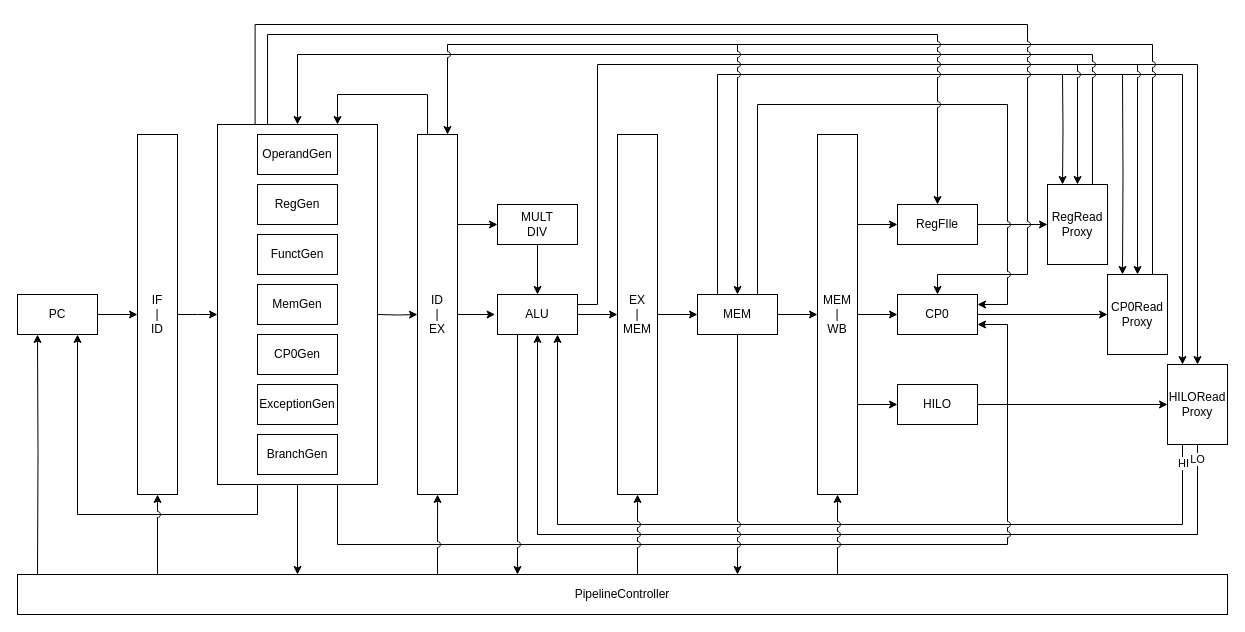
The draw.io diagram CS/ExternMIPS/特权指令/ERET.drawio in umiskky/Diagrams, before the edit. Source tidied: cells renumbered, new cells numbered last; positions are measured from the earlier drawing's top-left corner, leaving out a move shared by most shapes. Both pictures are drawn from the tidied source at 100%, with x=0, y=0 at pixel (17, 24).
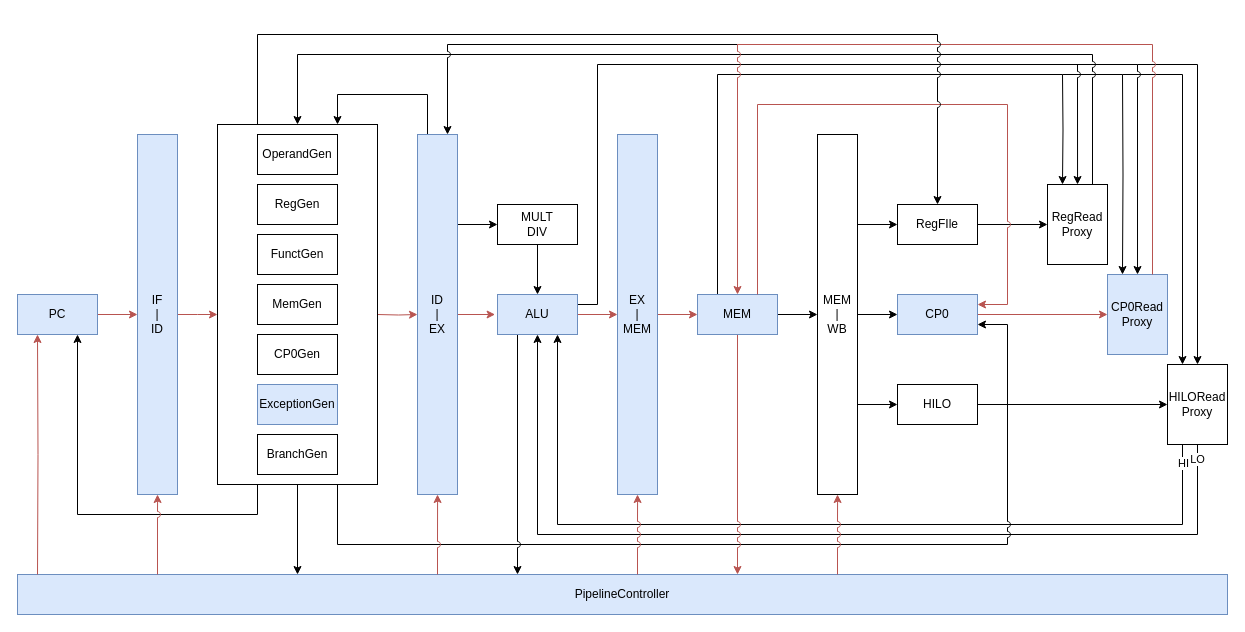
After the change.

Unchanged cells that the change refers to:
```xml
<mxCell id="33" value="MEM&lt;br&gt;|&lt;br&gt;WB" style="rounded=0;whiteSpace=wrap;html=1;" parent="1" vertex="1">
  <mxGeometry x="800" y="110" width="40" height="360" as="geometry" />
</mxCell>
<mxCell id="45" value="RegFIle" style="rounded=0;whiteSpace=wrap;html=1;" parent="1" vertex="1">
  <mxGeometry x="880" y="180" width="80" height="40" as="geometry" />
</mxCell>
```

Change to the diagram source:
```diff
@@
-    <mxCell id="14" value="PipelineController" style="rounded=0;whiteSpace=wrap;html=1;direction=south;" parent="1" vertex="1">
+    <mxCell id="14" value="PipelineController" style="rounded=0;whiteSpace=wrap;html=1;direction=south;fillColor=#dae8fc;strokeColor=#6c8ebf;" parent="1" vertex="1">
       <mxGeometry y="550" width="1210" height="40" as="geometry" />
     </mxCell>
-    <mxCell id="15" style="edgeStyle=orthogonalEdgeStyle;rounded=0;jettySize=auto;html=1;exitX=1;exitY=0.5;exitDx=0;exitDy=0;" parent="1" edge="1" source="17" target="20">
+    <mxCell id="15" style="edgeStyle=orthogonalEdgeStyle;rounded=0;jettySize=auto;html=1;exitX=1;exitY=0.5;exitDx=0;exitDy=0;fillColor=#f8cecc;strokeColor=#b85450;" parent="1" edge="1" source="17" target="20">
       <mxGeometry relative="1" as="geometry" />
     </mxCell>
-    <mxCell id="16" style="edgeStyle=orthogonalEdgeStyle;rounded=0;jettySize=auto;html=1;entryX=0.25;entryY=1;entryDx=0;entryDy=0;" parent="1" edge="1" target="17">
+    <mxCell id="16" style="edgeStyle=orthogonalEdgeStyle;rounded=0;jettySize=auto;html=1;entryX=0.25;entryY=1;entryDx=0;entryDy=0;fillColor=#f8cecc;strokeColor=#b85450;" parent="1" edge="1" target="17">
       <mxGeometry relative="1" as="geometry">
         <mxPoint x="20" y="550" as="sourcePoint" />
       </mxGeometry>
     </mxCell>
-    <mxCell id="17" value="PC" style="rounded=0;whiteSpace=wrap;html=1;" parent="1" vertex="1">
+    <mxCell id="17" value="PC" style="rounded=0;whiteSpace=wrap;html=1;fillColor=#dae8fc;strokeColor=#6c8ebf;" parent="1" vertex="1">
       <mxGeometry y="270" width="80" height="40" as="geometry" />
     </mxCell>
-    <mxCell id="18" style="edgeStyle=orthogonalEdgeStyle;rounded=0;jettySize=auto;html=1;exitX=1;exitY=0.5;exitDx=0;exitDy=0;entryX=0;entryY=0.5;entryDx=0;entryDy=0;" parent="1" edge="1" source="20">
+    <mxCell id="18" style="edgeStyle=orthogonalEdgeStyle;rounded=0;jettySize=auto;html=1;exitX=1;exitY=0.5;exitDx=0;exitDy=0;entryX=0;entryY=0.5;entryDx=0;entryDy=0;fillColor=#f8cecc;strokeColor=#b85450;" parent="1" edge="1" source="20">
       <mxGeometry relative="1" as="geometry">
         <mxPoint x="200" y="290" as="targetPoint" />
       </mxGeometry>
     </mxCell>
-    <mxCell id="19" style="edgeStyle=orthogonalEdgeStyle;rounded=0;jettySize=auto;html=1;entryX=0.5;entryY=1;entryDx=0;entryDy=0;jumpStyle=arc;" parent="1" edge="1" target="20">
+    <mxCell id="19" style="edgeStyle=orthogonalEdgeStyle;rounded=0;jettySize=auto;html=1;entryX=0.5;entryY=1;entryDx=0;entryDy=0;jumpStyle=arc;fillColor=#f8cecc;strokeColor=#b85450;" parent="1" edge="1" target="20">
       <mxGeometry relative="1" as="geometry">
         <mxPoint x="140" y="550" as="sourcePoint" />
       </mxGeometry>
     </mxCell>
-    <mxCell id="20" value="IF&lt;br&gt;|&lt;br&gt;ID" style="rounded=0;whiteSpace=wrap;html=1;" parent="1" vertex="1">
+    <mxCell id="20" value="IF&lt;br&gt;|&lt;br&gt;ID" style="rounded=0;whiteSpace=wrap;html=1;fillColor=#dae8fc;strokeColor=#6c8ebf;" parent="1" vertex="1">
       <mxGeometry x="120" y="110" width="40" height="360" as="geometry" />
     </mxCell>
@@
-    <mxCell id="22" style="edgeStyle=orthogonalEdgeStyle;rounded=0;jettySize=auto;html=1;exitX=1;exitY=0.5;exitDx=0;exitDy=0;entryX=-0.03;entryY=0.482;entryDx=0;entryDy=0;entryPerimeter=0;" parent="1" edge="1" source="25" target="40">
+    <mxCell id="22" style="edgeStyle=orthogonalEdgeStyle;rounded=0;jettySize=auto;html=1;exitX=1;exitY=0.5;exitDx=0;exitDy=0;entryX=-0.03;entryY=0.482;entryDx=0;entryDy=0;entryPerimeter=0;fillColor=#f8cecc;strokeColor=#b85450;" parent="1" edge="1" source="25" target="40">
       <mxGeometry relative="1" as="geometry" />
     </mxCell>
-    <mxCell id="23" style="edgeStyle=orthogonalEdgeStyle;rounded=0;jettySize=auto;html=1;entryX=0.5;entryY=1;entryDx=0;entryDy=0;jumpStyle=arc;" parent="1" edge="1" target="25">
+    <mxCell id="23" style="edgeStyle=orthogonalEdgeStyle;rounded=0;jettySize=auto;html=1;entryX=0.5;entryY=1;entryDx=0;entryDy=0;jumpStyle=arc;fillColor=#f8cecc;strokeColor=#b85450;" parent="1" edge="1" target="25">
       <mxGeometry relative="1" as="geometry">
         <mxPoint x="420" y="550" as="sourcePoint" />
       </mxGeometry>
     </mxCell>
@@
-    <mxCell id="25" value="ID&lt;br&gt;|&lt;br&gt;EX" style="rounded=0;whiteSpace=wrap;html=1;" parent="1" vertex="1">
+    <mxCell id="25" value="ID&lt;br&gt;|&lt;br&gt;EX" style="rounded=0;whiteSpace=wrap;html=1;fillColor=#dae8fc;strokeColor=#6c8ebf;" parent="1" vertex="1">
       <mxGeometry x="400" y="110" width="40" height="360" as="geometry" />
     </mxCell>
-    <mxCell id="26" style="edgeStyle=orthogonalEdgeStyle;rounded=0;jettySize=auto;html=1;exitX=1;exitY=0.5;exitDx=0;exitDy=0;entryX=0;entryY=0.5;entryDx=0;entryDy=0;" parent="1" edge="1" source="28" target="43">
+    <mxCell id="26" style="edgeStyle=orthogonalEdgeStyle;rounded=0;jettySize=auto;html=1;exitX=1;exitY=0.5;exitDx=0;exitDy=0;entryX=0;entryY=0.5;entryDx=0;entryDy=0;fillColor=#f8cecc;strokeColor=#b85450;" parent="1" edge="1" source="28" target="43">
       <mxGeometry relative="1" as="geometry" />
     </mxCell>
-    <mxCell id="27" style="edgeStyle=orthogonalEdgeStyle;rounded=0;jettySize=auto;html=1;entryX=0.5;entryY=1;entryDx=0;entryDy=0;jumpStyle=arc;" parent="1" edge="1" target="28">
+    <mxCell id="27" style="edgeStyle=orthogonalEdgeStyle;rounded=0;jettySize=auto;html=1;entryX=0.5;entryY=1;entryDx=0;entryDy=0;jumpStyle=arc;fillColor=#f8cecc;strokeColor=#b85450;" parent="1" edge="1" target="28">
       <mxGeometry relative="1" as="geometry">
         <mxPoint x="620" y="550" as="sourcePoint" />
       </mxGeometry>
     </mxCell>
-    <mxCell id="28" value="EX&lt;br&gt;|&lt;br&gt;MEM" style="rounded=0;whiteSpace=wrap;html=1;" parent="1" vertex="1">
+    <mxCell id="28" value="EX&lt;br&gt;|&lt;br&gt;MEM" style="rounded=0;whiteSpace=wrap;html=1;fillColor=#dae8fc;strokeColor=#6c8ebf;" parent="1" vertex="1">
       <mxGeometry x="600" y="110" width="40" height="360" as="geometry" />
     </mxCell>
@@
-    <mxCell id="32" style="edgeStyle=orthogonalEdgeStyle;rounded=0;jettySize=auto;html=1;entryX=0.5;entryY=1;entryDx=0;entryDy=0;jumpStyle=arc;" parent="1" edge="1" target="33">
+    <mxCell id="32" style="edgeStyle=orthogonalEdgeStyle;rounded=0;jettySize=auto;html=1;entryX=0.5;entryY=1;entryDx=0;entryDy=0;jumpStyle=arc;fillColor=#f8cecc;strokeColor=#b85450;" parent="1" edge="1" target="33">
       <mxGeometry relative="1" as="geometry">
         <mxPoint x="820" y="550" as="sourcePoint" />
       </mxGeometry>
     </mxCell>
@@
-    <mxCell id="34" style="edgeStyle=orthogonalEdgeStyle;rounded=0;jettySize=auto;html=1;exitX=1;exitY=0.5;exitDx=0;exitDy=0;entryX=0;entryY=0.5;entryDx=0;entryDy=0;" parent="1" edge="1" target="25">
+    <mxCell id="34" style="edgeStyle=orthogonalEdgeStyle;rounded=0;jettySize=auto;html=1;exitX=1;exitY=0.5;exitDx=0;exitDy=0;entryX=0;entryY=0.5;entryDx=0;entryDy=0;fillColor=#f8cecc;strokeColor=#b85450;" parent="1" edge="1" target="25">
       <mxGeometry relative="1" as="geometry">
         <mxPoint x="360" y="290" as="sourcePoint" />
       </mxGeometry>
     </mxCell>
@@
-    <mxCell id="38" style="edgeStyle=orthogonalEdgeStyle;rounded=0;jettySize=auto;html=1;exitX=1;exitY=0.5;exitDx=0;exitDy=0;entryX=0;entryY=0.5;entryDx=0;entryDy=0;" parent="1" edge="1" source="40" target="28">
+    <mxCell id="38" style="edgeStyle=orthogonalEdgeStyle;rounded=0;jettySize=auto;html=1;exitX=1;exitY=0.5;exitDx=0;exitDy=0;entryX=0;entryY=0.5;entryDx=0;entryDy=0;fillColor=#f8cecc;strokeColor=#b85450;" parent="1" edge="1" source="40" target="28">
       <mxGeometry relative="1" as="geometry" />
     </mxCell>
@@
-    <mxCell id="40" value="ALU" style="rounded=0;whiteSpace=wrap;html=1;" parent="1" vertex="1">
+    <mxCell id="40" value="ALU" style="rounded=0;whiteSpace=wrap;html=1;fillColor=#dae8fc;strokeColor=#6c8ebf;" parent="1" vertex="1">
       <mxGeometry x="480" y="270" width="80" height="40" as="geometry" />
     </mxCell>
@@
-    <mxCell id="42" style="edgeStyle=orthogonalEdgeStyle;rounded=0;jettySize=auto;html=1;exitX=0.5;exitY=1;exitDx=0;exitDy=0;jumpStyle=arc;" parent="1" edge="1" source="43">
+    <mxCell id="42" style="edgeStyle=orthogonalEdgeStyle;rounded=0;jettySize=auto;html=1;exitX=0.5;exitY=1;exitDx=0;exitDy=0;jumpStyle=arc;fillColor=#f8cecc;strokeColor=#b85450;" parent="1" edge="1" source="43">
       <mxGeometry relative="1" as="geometry">
         <mxPoint x="720" y="550" as="targetPoint" />
       </mxGeometry>
     </mxCell>
-    <mxCell id="43" value="MEM" style="rounded=0;whiteSpace=wrap;html=1;" parent="1" vertex="1">
+    <mxCell id="43" value="MEM" style="rounded=0;whiteSpace=wrap;html=1;fillColor=#dae8fc;strokeColor=#6c8ebf;" parent="1" vertex="1">
       <mxGeometry x="680" y="270" width="80" height="40" as="geometry" />
     </mxCell>
@@
-    <mxCell id="46" style="edgeStyle=orthogonalEdgeStyle;rounded=0;jettySize=auto;html=1;exitX=1;exitY=0.5;exitDx=0;exitDy=0;entryX=0;entryY=0.5;entryDx=0;entryDy=0;" parent="1" edge="1" source="47" target="53">
+    <mxCell id="46" style="edgeStyle=orthogonalEdgeStyle;rounded=0;jettySize=auto;html=1;exitX=1;exitY=0.5;exitDx=0;exitDy=0;entryX=0;entryY=0.5;entryDx=0;entryDy=0;fillColor=#f8cecc;strokeColor=#b85450;" parent="1" edge="1" source="47" target="53">
       <mxGeometry relative="1" as="geometry" />
     </mxCell>
-    <mxCell id="47" value="CP0" style="rounded=0;whiteSpace=wrap;html=1;" parent="1" vertex="1">
+    <mxCell id="47" value="CP0" style="rounded=0;whiteSpace=wrap;html=1;fillColor=#dae8fc;strokeColor=#6c8ebf;" parent="1" vertex="1">
       <mxGeometry x="880" y="270" width="80" height="40" as="geometry" />
     </mxCell>
@@
-    <mxCell id="53" value="CP0Read&lt;br&gt;Proxy" style="rounded=0;whiteSpace=wrap;html=1;" parent="1" vertex="1">
+    <mxCell id="53" value="CP0Read&lt;br&gt;Proxy" style="rounded=0;whiteSpace=wrap;html=1;fillColor=#dae8fc;strokeColor=#6c8ebf;" parent="1" vertex="1">
       <mxGeometry x="1090" y="250" width="60" height="80" as="geometry" />
     </mxCell>
@@
-    <mxCell id="59" style="edgeStyle=orthogonalEdgeStyle;rounded=0;jettySize=auto;html=1;entryX=0.5;entryY=0;entryDx=0;entryDy=0;jumpStyle=arc;" parent="1" edge="1" target="43">
+    <mxCell id="59" style="edgeStyle=orthogonalEdgeStyle;rounded=0;jettySize=auto;html=1;entryX=0.5;entryY=0;entryDx=0;entryDy=0;jumpStyle=arc;fillColor=#f8cecc;strokeColor=#b85450;" parent="1" edge="1" target="43">
       <mxGeometry relative="1" as="geometry">
         <mxPoint x="720" y="20" as="sourcePoint" />
       </mxGeometry>
     </mxCell>
@@
-    <mxCell id="63" value="ExceptionGen" style="rounded=0;whiteSpace=wrap;html=1;" parent="1" vertex="1">
+    <mxCell id="63" value="ExceptionGen" style="rounded=0;whiteSpace=wrap;html=1;fillColor=#dae8fc;strokeColor=#6c8ebf;" parent="1" vertex="1">
       <mxGeometry x="240" y="360" width="80" height="40" as="geometry" />
     </mxCell>
@@
-    <mxCell id="69" style="endArrow=none;html=1;entryX=0.75;entryY=0;entryDx=0;entryDy=0;rounded=0;jumpStyle=arc;" parent="1" edge="1" target="53">
+    <mxCell id="69" style="endArrow=none;html=1;entryX=0.75;entryY=0;entryDx=0;entryDy=0;rounded=0;jumpStyle=arc;fillColor=#f8cecc;strokeColor=#b85450;" parent="1" edge="1" target="53">
       <mxGeometry relative="1" as="geometry">
         <mxPoint x="720" y="20" as="sourcePoint" />
         <Array as="points">
           <mxPoint x="1135" y="20" />
         </Array>
       </mxGeometry>
     </mxCell>
-    <mxCell id="70" style="edgeStyle=orthogonalEdgeStyle;rounded=0;jumpStyle=arc;jettySize=auto;html=1;exitX=0.5;exitY=0;exitDx=0;exitDy=0;endFill=1;entryX=0.5;entryY=0;entryDx=0;entryDy=0;" parent="1" edge="1" target="47">
-      <mxGeometry relative="1" as="geometry">
-        <mxPoint x="237.6" y="100" as="sourcePoint" />
-        <Array as="points">
-          <mxPoint x="238" />
-          <mxPoint x="1010" />
-          <mxPoint x="1010" y="250" />
-          <mxPoint x="920" y="250" />
-        </Array>
-      </mxGeometry>
-    </mxCell>
-    <mxCell id="71" style="edgeStyle=orthogonalEdgeStyle;rounded=0;jettySize=auto;html=1;exitX=0.75;exitY=0;exitDx=0;exitDy=0;entryX=1;entryY=0.25;entryDx=0;entryDy=0;jumpStyle=arc;" parent="1" edge="1" source="43" target="47">
+    <mxCell id="71" style="edgeStyle=orthogonalEdgeStyle;rounded=0;jettySize=auto;html=1;exitX=0.75;exitY=0;exitDx=0;exitDy=0;entryX=1;entryY=0.25;entryDx=0;entryDy=0;jumpStyle=arc;fillColor=#f8cecc;strokeColor=#b85450;" parent="1" edge="1" source="43" target="47">
       <mxGeometry relative="1" as="geometry">
         <Array as="points">
           <mxPoint x="740" y="80" />
           <mxPoint x="990" y="80" />
           <mxPoint x="990" y="280" />
         </Array>
       </mxGeometry>
     </mxCell>
     <mxCell id="72" style="edgeStyle=orthogonalEdgeStyle;rounded=0;jumpStyle=arc;jettySize=auto;html=1;entryX=0.5;entryY=0;entryDx=0;entryDy=0;endFill=1;" parent="1" edge="1" target="45">
       <mxGeometry relative="1" as="geometry">
-        <mxPoint x="250" y="100" as="sourcePoint" />
+        <mxPoint x="240" y="100" as="sourcePoint" />
         <Array as="points">
-          <mxPoint x="250" y="100" />
-          <mxPoint x="250" y="10" />
+          <mxPoint x="240" y="100" />
+          <mxPoint x="240" y="10" />
           <mxPoint x="920" y="10" />
         </Array>
       </mxGeometry>
     </mxCell>
```
